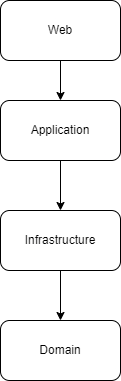
The draw.io diagram ntier-arch.png in kirollos-hany/NTierArchitectureTemplate, before a commit. Source tidied: cells renumbered, new cells last; positions are measured from the earlier drawing's top-left corner, leaving out a move shared by most shapes.
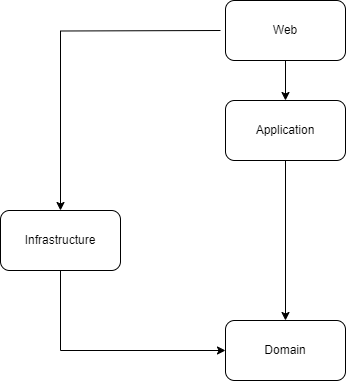
After the change.

Diff of the diagram source:
```diff
@@ -8,17 +8,26 @@
     <mxCell id="3" value="Web" style="rounded=1;whiteSpace=wrap;html=1;" parent="1" vertex="1">
       <mxGeometry width="120" height="60" as="geometry" />
     </mxCell>
-    <mxCell id="4" style="edgeStyle=orthogonalEdgeStyle;rounded=0;jettySize=auto;html=1;entryX=0.5;entryY=0;entryDx=0;entryDy=0;" parent="1" edge="1" source="5" target="7">
+    <mxCell id="4" style="edgeStyle=orthogonalEdgeStyle;rounded=0;jettySize=auto;html=1;entryX=0.5;entryY=0;entryDx=0;entryDy=0;" parent="1" edge="1" source="5" target="8">
       <mxGeometry relative="1" as="geometry" />
     </mxCell>
+    <mxCell id="9" style="edgeStyle=orthogonalEdgeStyle;rounded=0;jettySize=auto;html=1;entryX=0.5;entryY=0;entryDx=0;entryDy=0;" parent="1" edge="1" target="7">
+      <mxGeometry relative="1" as="geometry">
+        <mxPoint x="-5" y="30" as="sourcePoint" />
+      </mxGeometry>
+    </mxCell>
     <mxCell id="5" value="Application" style="rounded=1;whiteSpace=wrap;html=1;" parent="1" vertex="1">
       <mxGeometry y="100" width="120" height="60" as="geometry" />
     </mxCell>
-    <mxCell id="6" style="edgeStyle=orthogonalEdgeStyle;rounded=0;jettySize=auto;html=1;entryX=0.5;entryY=0;entryDx=0;entryDy=0;" parent="1" edge="1" source="7" target="8">
-      <mxGeometry relative="1" as="geometry" />
+    <mxCell id="6" style="edgeStyle=orthogonalEdgeStyle;rounded=0;jettySize=auto;html=1;entryX=0;entryY=0.5;entryDx=0;entryDy=0;" parent="1" edge="1" source="7" target="8">
+      <mxGeometry relative="1" as="geometry">
+        <Array as="points">
+          <mxPoint x="-165" y="350" />
+        </Array>
+      </mxGeometry>
     </mxCell>
     <mxCell id="7" value="Infrastructure" style="rounded=1;whiteSpace=wrap;html=1;" parent="1" vertex="1">
-      <mxGeometry y="210" width="120" height="60" as="geometry" />
+      <mxGeometry x="-225" y="210" width="120" height="60" as="geometry" />
     </mxCell>
     <mxCell id="8" value="Domain" style="rounded=1;whiteSpace=wrap;html=1;" parent="1" vertex="1">
       <mxGeometry y="320" width="120" height="60" as="geometry" />
```
